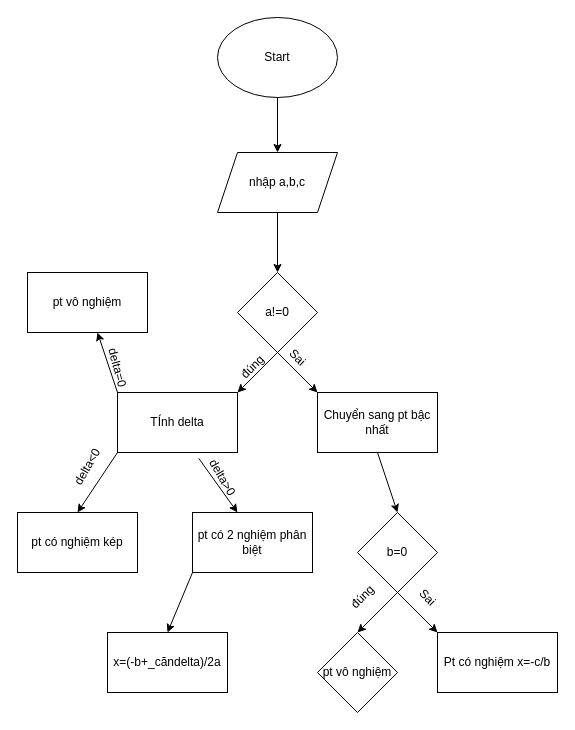
Above: Biểu đồ không có tiêu đề.drawio in QuangHuy2006/session-1-C (draw.io), before the change. Source tidied: cells renumbered, new cells numbered last; positions are measured from the earlier drawing's top-left corner, leaving out a move shared by most shapes. Both pictures are drawn from the tidied source at 100%, with x=0, y=0 at pixel (17, 17).
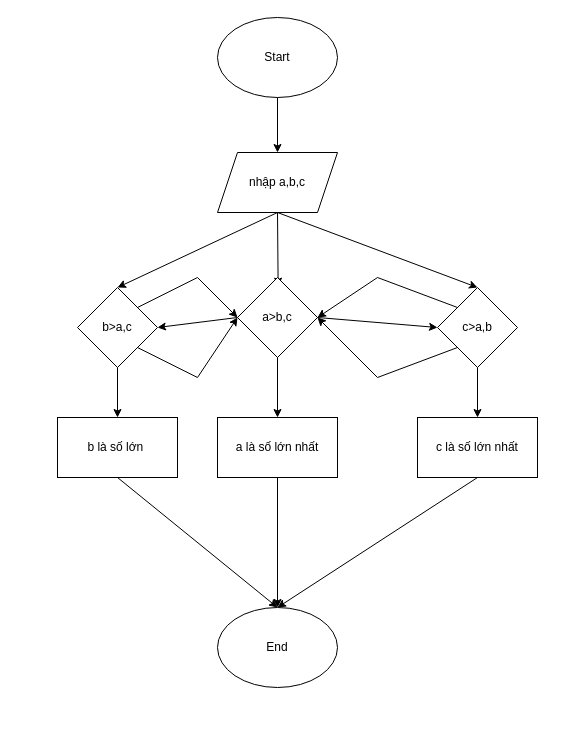
The same page after the edit.

Commit message (it also covers changes not shown here):
Cập nhật Biểu đồ không có tiêu đề.drawio

The change refers to these unchanged cells:
```xml
<mxCell id="2" value="nhập a,b,c" style="shape=parallelogram;perimeter=parallelogramPerimeter;whiteSpace=wrap;html=1;fixedSize=1;" parent="1" vertex="1">
  <mxGeometry x="200" y="135" width="120" height="60" as="geometry" />
</mxCell>
```

The edit, as a diff of the source:
```diff
@@
-    <mxCell id="3" style="endArrow=classic;html=1;rounded=0;exitX=0.5;exitY=1;exitDx=0;exitDy=0;" parent="1" edge="1" source="2">
-      <mxGeometry relative="1" as="geometry">
-        <mxPoint x="260" y="255" as="targetPoint" />
-      </mxGeometry>
+    <mxCell id="3" style="endArrow=classic;html=1;rounded=0;exitX=0.5;exitY=1;exitDx=0;exitDy=0;entryX=0.508;entryY=0.108;entryDx=0;entryDy=0;entryPerimeter=0;" parent="1" edge="1" source="2" target="32">
+      <mxGeometry relative="1" as="geometry" />
     </mxCell>
-    <mxCell id="4" value="a!=0" style="rhombus;whiteSpace=wrap;html=1;" parent="1" vertex="1">
-      <mxGeometry x="220" y="255" width="80" height="80" as="geometry" />
-    </mxCell>
-    <mxCell id="5" style="endArrow=classic;html=1;rounded=0;exitX=0.5;exitY=1;exitDx=0;exitDy=0;" parent="1" edge="1" source="4">
-      <mxGeometry relative="1" as="geometry">
-        <mxPoint x="300" y="375" as="targetPoint" />
-      </mxGeometry>
-    </mxCell>
-    <mxCell id="6" style="endArrow=classic;html=1;rounded=0;exitX=0.5;exitY=1;exitDx=0;exitDy=0;" parent="1" edge="1" source="4">
-      <mxGeometry relative="1" as="geometry">
-        <mxPoint x="220" y="375" as="targetPoint" />
-      </mxGeometry>
-    </mxCell>
-    <mxCell id="7" value="đúng" style="text;html=1;align=center;verticalAlign=middle;strokeColor=none;fillColor=none;rotation=-45;" parent="1" vertex="1">
-      <mxGeometry x="210" y="335" width="50" height="30" as="geometry" />
-    </mxCell>
-    <mxCell id="8" value="Sai" style="text;html=1;align=center;verticalAlign=middle;strokeColor=none;fillColor=none;rotation=45;" parent="1" vertex="1">
-      <mxGeometry x="260" y="325" width="40" height="30" as="geometry" />
-    </mxCell>
-    <mxCell id="9" value="Chuyển sang pt bậc nhất" style="rounded=0;whiteSpace=wrap;html=1;" parent="1" vertex="1">
-      <mxGeometry x="300" y="375" width="120" height="60" as="geometry" />
-    </mxCell>
-    <mxCell id="10" value="TÍnh delta" style="rounded=0;whiteSpace=wrap;html=1;" parent="1" vertex="1">
-      <mxGeometry x="100" y="375" width="120" height="60" as="geometry" />
-    </mxCell>
-    <mxCell id="11" style="endArrow=classic;html=1;rounded=0;exitX=0.5;exitY=1;exitDx=0;exitDy=0;" parent="1" edge="1" source="9">
-      <mxGeometry relative="1" as="geometry">
-        <mxPoint x="380" y="495" as="targetPoint" />
-      </mxGeometry>
-    </mxCell>
-    <mxCell id="12" value="b=0" style="rhombus;whiteSpace=wrap;html=1;" parent="1" vertex="1">
-      <mxGeometry x="340" y="495" width="80" height="80" as="geometry" />
-    </mxCell>
-    <mxCell id="13" value="đúng" style="text;html=1;align=center;verticalAlign=middle;strokeColor=none;fillColor=none;rotation=-45;" parent="1" vertex="1">
-      <mxGeometry x="320" y="565" width="50" height="30" as="geometry" />
-    </mxCell>
-    <mxCell id="14" style="endArrow=classic;html=1;rounded=0;" parent="1" edge="1">
-      <mxGeometry relative="1" as="geometry">
-        <mxPoint x="380" y="575" as="sourcePoint" />
-        <mxPoint x="420" y="615" as="targetPoint" />
-      </mxGeometry>
-    </mxCell>
-    <mxCell id="15" style="endArrow=classic;html=1;rounded=0;" parent="1" edge="1">
-      <mxGeometry relative="1" as="geometry">
-        <mxPoint x="380" y="575" as="sourcePoint" />
-        <mxPoint x="340" y="615" as="targetPoint" />
-      </mxGeometry>
-    </mxCell>
-    <mxCell id="16" value="Sai" style="text;html=1;align=center;verticalAlign=middle;strokeColor=none;fillColor=none;rotation=45;" parent="1" vertex="1">
-      <mxGeometry x="390" y="565" width="40" height="30" as="geometry" />
-    </mxCell>
-    <mxCell id="17" value="pt vô nghiệm" style="rhombus;whiteSpace=wrap;html=1;" parent="1" vertex="1">
-      <mxGeometry x="300" y="615" width="80" height="80" as="geometry" />
-    </mxCell>
-    <mxCell id="18" value="Pt có nghiệm x=-c/b" style="rounded=0;whiteSpace=wrap;html=1;" parent="1" vertex="1">
-      <mxGeometry x="420" y="615" width="120" height="60" as="geometry" />
-    </mxCell>
-    <mxCell id="19" style="endArrow=classic;html=1;rounded=0;exitX=0;exitY=1;exitDx=0;exitDy=0;" parent="1" edge="1" source="10">
-      <mxGeometry relative="1" as="geometry">
-        <mxPoint x="60" y="495" as="targetPoint" />
-      </mxGeometry>
-    </mxCell>
-    <mxCell id="20" value="pt có nghiệm kép" style="rounded=0;whiteSpace=wrap;html=1;" parent="1" vertex="1">
-      <mxGeometry y="495" width="120" height="60" as="geometry" />
-    </mxCell>
-    <mxCell id="21" style="endArrow=classic;html=1;rounded=0;exitX=0;exitY=0;exitDx=0;exitDy=0;" parent="1" edge="1" source="10">
-      <mxGeometry relative="1" as="geometry">
-        <mxPoint x="80" y="315" as="targetPoint" />
-      </mxGeometry>
-    </mxCell>
-    <mxCell id="22" style="endArrow=classic;html=1;rounded=0;exitX=0.678;exitY=1.1;exitDx=0;exitDy=0;exitPerimeter=0;" parent="1" edge="1" source="10">
-      <mxGeometry relative="1" as="geometry">
-        <mxPoint x="220" y="495" as="targetPoint" />
-      </mxGeometry>
-    </mxCell>
-    <mxCell id="23" value="pt có 2 nghiệm phân biệt" style="rounded=0;whiteSpace=wrap;html=1;" parent="1" vertex="1">
-      <mxGeometry x="175" y="495" width="120" height="60" as="geometry" />
-    </mxCell>
-    <mxCell id="24" value="pt vô nghiệm" style="rounded=0;whiteSpace=wrap;html=1;" parent="1" vertex="1">
-      <mxGeometry x="10" y="255" width="120" height="60" as="geometry" />
-    </mxCell>
-    <mxCell id="25" value="delta=0" style="text;html=1;align=center;verticalAlign=middle;strokeColor=none;fillColor=none;rotation=75;" parent="1" vertex="1">
-      <mxGeometry x="70" y="335" width="60" height="30" as="geometry" />
-    </mxCell>
-    <mxCell id="26" value="delta&amp;lt;0" style="text;html=1;align=center;verticalAlign=middle;strokeColor=none;fillColor=none;rotation=-60;" parent="1" vertex="1">
-      <mxGeometry x="40" y="435" width="60" height="30" as="geometry" />
-    </mxCell>
-    <mxCell id="27" value="delta&amp;gt;0" style="text;html=1;align=center;verticalAlign=middle;strokeColor=none;fillColor=none;rotation=60;" parent="1" vertex="1">
-      <mxGeometry x="175" y="445" width="60" height="30" as="geometry" />
-    </mxCell>
-    <mxCell id="28" style="endArrow=classic;html=1;rounded=0;exitX=0;exitY=1;exitDx=0;exitDy=0;" parent="1" edge="1" source="23">
-      <mxGeometry relative="1" as="geometry">
-        <mxPoint x="150" y="615" as="targetPoint" />
-      </mxGeometry>
-    </mxCell>
-    <mxCell id="29" value="x=(-b+_căndelta)/2a" style="rounded=0;whiteSpace=wrap;html=1;" parent="1" vertex="1">
-      <mxGeometry x="90" y="615" width="120" height="60" as="geometry" />
-    </mxCell>
@@
+    <mxCell id="32" value="a&amp;gt;b,c" style="rhombus;whiteSpace=wrap;html=1;" parent="1" vertex="1">
+      <mxGeometry x="220" y="260" width="80" height="80" as="geometry" />
+    </mxCell>
+    <mxCell id="33" value="a là số lớn nhất" style="rounded=0;whiteSpace=wrap;html=1;" parent="1" vertex="1">
+      <mxGeometry x="200" y="400" width="120" height="60" as="geometry" />
+    </mxCell>
+    <mxCell id="34" style="endArrow=classic;html=1;rounded=0;exitX=0.5;exitY=1;exitDx=0;exitDy=0;entryX=0.5;entryY=0;entryDx=0;entryDy=0;" parent="1" edge="1" source="32" target="33">
+      <mxGeometry relative="1" as="geometry" />
+    </mxCell>
+    <mxCell id="35" value="b&amp;gt;a,c" style="rhombus;whiteSpace=wrap;html=1;" parent="1" vertex="1">
+      <mxGeometry x="60" y="270" width="80" height="80" as="geometry" />
+    </mxCell>
+    <mxCell id="36" value="c&amp;gt;a,b" style="rhombus;whiteSpace=wrap;html=1;" parent="1" vertex="1">
+      <mxGeometry x="420" y="270" width="80" height="80" as="geometry" />
+    </mxCell>
+    <mxCell id="37" style="endArrow=classic;html=1;rounded=0;entryX=0.5;entryY=0;entryDx=0;entryDy=0;exitX=0.5;exitY=1;exitDx=0;exitDy=0;" parent="1" edge="1" source="2" target="36">
+      <mxGeometry relative="1" as="geometry" />
+    </mxCell>
+    <mxCell id="38" style="endArrow=classic;html=1;rounded=0;exitX=0.5;exitY=1;exitDx=0;exitDy=0;entryX=0.5;entryY=0;entryDx=0;entryDy=0;" parent="1" edge="1" source="2" target="35">
+      <mxGeometry relative="1" as="geometry" />
+    </mxCell>
+    <mxCell id="39" value="c là số lớn nhất" style="rounded=0;whiteSpace=wrap;html=1;" parent="1" vertex="1">
+      <mxGeometry x="400" y="400" width="120" height="60" as="geometry" />
+    </mxCell>
+    <mxCell id="40" value="b là số lớn&amp;nbsp;" style="rounded=0;whiteSpace=wrap;html=1;" parent="1" vertex="1">
+      <mxGeometry x="40" y="400" width="120" height="60" as="geometry" />
+    </mxCell>
+    <mxCell id="41" style="endArrow=classic;html=1;rounded=0;exitX=0.5;exitY=1;exitDx=0;exitDy=0;entryX=0.5;entryY=0;entryDx=0;entryDy=0;" parent="1" edge="1" source="35" target="40">
+      <mxGeometry relative="1" as="geometry" />
+    </mxCell>
+    <mxCell id="42" style="endArrow=classic;html=1;rounded=0;exitX=0.5;exitY=1;exitDx=0;exitDy=0;entryX=0.5;entryY=0;entryDx=0;entryDy=0;" parent="1" edge="1" source="36" target="39">
+      <mxGeometry relative="1" as="geometry" />
+    </mxCell>
+    <mxCell id="43" style="endArrow=classic;html=1;rounded=0;exitX=0.5;exitY=1;exitDx=0;exitDy=0;" parent="1" edge="1" source="33">
+      <mxGeometry relative="1" as="geometry">
+        <mxPoint x="260" y="590" as="targetPoint" />
+      </mxGeometry>
+    </mxCell>
+    <mxCell id="44" style="endArrow=classic;html=1;rounded=0;exitX=0.5;exitY=1;exitDx=0;exitDy=0;" parent="1" edge="1" source="40">
+      <mxGeometry relative="1" as="geometry">
+        <mxPoint x="260" y="590" as="targetPoint" />
+      </mxGeometry>
+    </mxCell>
+    <mxCell id="45" style="endArrow=classic;html=1;rounded=0;exitX=0.5;exitY=1;exitDx=0;exitDy=0;" parent="1" edge="1" source="39">
+      <mxGeometry relative="1" as="geometry">
+        <mxPoint x="260" y="590" as="targetPoint" />
+      </mxGeometry>
+    </mxCell>
+    <mxCell id="46" value="End" style="ellipse;whiteSpace=wrap;html=1;" parent="1" vertex="1">
+      <mxGeometry x="200" y="590" width="120" height="80" as="geometry" />
+    </mxCell>
+    <mxCell id="47" style="endArrow=classic;html=1;rounded=0;exitX=1;exitY=0.5;exitDx=0;exitDy=0;entryX=0;entryY=0.5;entryDx=0;entryDy=0;" parent="1" edge="1" source="32" target="36">
+      <mxGeometry relative="1" as="geometry" />
+    </mxCell>
+    <mxCell id="48" style="endArrow=classic;html=1;rounded=0;exitX=0;exitY=0.5;exitDx=0;exitDy=0;entryX=1;entryY=0.5;entryDx=0;entryDy=0;" parent="1" edge="1" source="32" target="35">
+      <mxGeometry relative="1" as="geometry" />
+    </mxCell>
+    <mxCell id="49" style="endArrow=classic;html=1;rounded=0;exitX=1;exitY=1;exitDx=0;exitDy=0;entryX=0;entryY=0.5;entryDx=0;entryDy=0;" parent="1" edge="1" source="35" target="32">
+      <mxGeometry relative="1" as="geometry">
+        <Array as="points">
+          <mxPoint x="180" y="360" />
+        </Array>
+      </mxGeometry>
+    </mxCell>
+    <mxCell id="50" style="endArrow=classic;html=1;rounded=0;exitX=1;exitY=0;exitDx=0;exitDy=0;entryX=0;entryY=0.5;entryDx=0;entryDy=0;" parent="1" edge="1" source="35" target="32">
+      <mxGeometry relative="1" as="geometry">
+        <Array as="points">
+          <mxPoint x="180" y="260" />
+        </Array>
+      </mxGeometry>
+    </mxCell>
+    <mxCell id="51" style="endArrow=classic;html=1;rounded=0;exitX=0;exitY=1;exitDx=0;exitDy=0;entryX=1;entryY=0.5;entryDx=0;entryDy=0;" parent="1" edge="1" source="36" target="32">
+      <mxGeometry relative="1" as="geometry">
+        <Array as="points">
+          <mxPoint x="360" y="360" />
+        </Array>
+      </mxGeometry>
+    </mxCell>
+    <mxCell id="52" style="endArrow=classic;html=1;rounded=0;exitX=0;exitY=0;exitDx=0;exitDy=0;entryX=1;entryY=0.5;entryDx=0;entryDy=0;" parent="1" edge="1" source="36" target="32">
+      <mxGeometry relative="1" as="geometry">
+        <Array as="points">
+          <mxPoint x="360" y="260" />
+        </Array>
+      </mxGeometry>
+    </mxCell>
```
